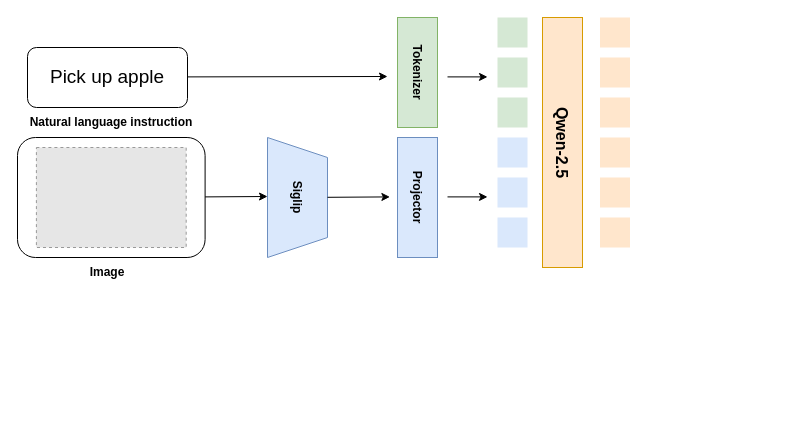
Earlier version of the draw.io diagram 未命名绘图.drawio (davidclose322/davidclose). Source tidied: cells renumbered, new cells numbered last; positions are measured from the earlier drawing's top-left corner, leaving out a move shared by most shapes. Both pictures are drawn from the tidied source at 100%, with x=0, y=0 at pixel (17, 17). Pictures stored in the file or linked from it are replaced by grey dashed boxes.
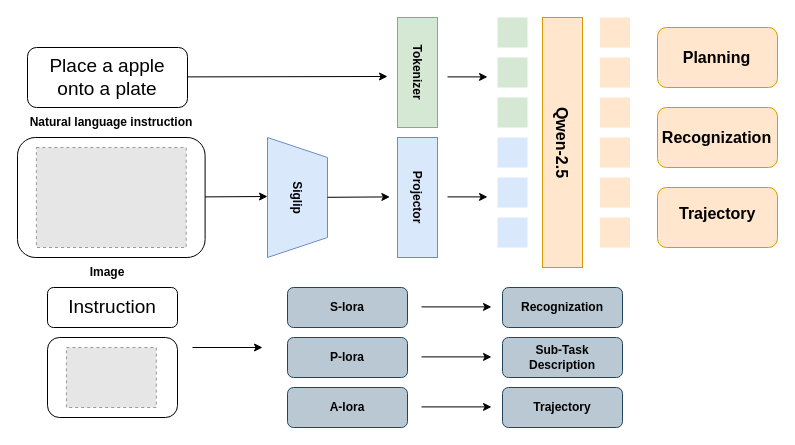
The same diagram, later.

Commit message (it also covers changes not shown here):
更新未命名绘图.drawio

Diff of the diagram source:
```diff
@@
-    <mxCell id="5" value="&lt;font style=&quot;font-size: 19px;&quot;&gt;Pick up apple&lt;/font&gt;" style="text;html=1;whiteSpace=wrap;strokeColor=none;fillColor=none;align=center;verticalAlign=middle;rounded=0;" parent="1" vertex="1">
+    <mxCell id="5" value="&lt;font style=&quot;font-size: 19px;&quot;&gt;Place a apple onto a plate&lt;/font&gt;" style="text;html=1;whiteSpace=wrap;strokeColor=none;fillColor=none;align=center;verticalAlign=middle;rounded=0;" parent="1" vertex="1">
       <mxGeometry x="20" y="40" width="140" height="40" as="geometry" />
     </mxCell>
@@
-    <mxCell id="14" value="&lt;b&gt;Siglip&lt;/b&gt;" style="text;html=1;whiteSpace=wrap;strokeColor=none;fillColor=none;align=center;verticalAlign=middle;rounded=0;rotation=90;" parent="1" vertex="1">
+    <mxCell id="14" value="&lt;b&gt;Siglip&lt;/b&gt;" style="text;html=1;strokeColor=none;fillColor=none;align=center;verticalAlign=middle;rounded=0;rotation=90;" parent="1" vertex="1">
       <mxGeometry x="250" y="165" width="60" height="30" as="geometry" />
     </mxCell>
@@
+    <mxCell id="33" style="rounded=1;whiteSpace=wrap;html=1;fillColor=#ffe6cc;strokeColor=#d79b00;" parent="1" vertex="1">
+      <mxGeometry x="640" y="10" width="120" height="60" as="geometry" />
+    </mxCell>
+    <mxCell id="34" style="rounded=1;whiteSpace=wrap;html=1;fillColor=#ffe6cc;strokeColor=#d79b00;" parent="1" vertex="1">
+      <mxGeometry x="640" y="90" width="120" height="60" as="geometry" />
+    </mxCell>
+    <mxCell id="35" style="rounded=1;whiteSpace=wrap;html=1;fillColor=#ffe6cc;strokeColor=#d79b00;" parent="1" vertex="1">
+      <mxGeometry x="640" y="170" width="120" height="60" as="geometry" />
+    </mxCell>
+    <mxCell id="36" value="&lt;b&gt;&lt;font style=&quot;font-size: 16px;&quot;&gt;Planning&lt;/font&gt;&lt;/b&gt;" style="text;html=1;whiteSpace=wrap;strokeColor=none;fillColor=none;align=center;verticalAlign=middle;rounded=0;rotation=0;" parent="1" vertex="1">
+      <mxGeometry x="654.4" y="20" width="91.2" height="40" as="geometry" />
+    </mxCell>
+    <mxCell id="37" value="&lt;b&gt;&lt;font style=&quot;font-size: 16px;&quot;&gt;Recognization&lt;/font&gt;&lt;/b&gt;" style="text;html=1;whiteSpace=wrap;strokeColor=none;fillColor=none;align=center;verticalAlign=middle;rounded=0;rotation=0;" parent="1" vertex="1">
+      <mxGeometry x="654.4" y="100" width="91.2" height="40" as="geometry" />
+    </mxCell>
+    <mxCell id="38" value="&lt;b style=&quot;forced-color-adjust: none; color: rgb(0, 0, 0); font-family: Helvetica; font-size: 12px; font-style: normal; font-variant-ligatures: normal; font-variant-caps: normal; letter-spacing: normal; orphans: 2; text-align: center; text-indent: 0px; text-transform: none; widows: 2; word-spacing: 0px; -webkit-text-stroke-width: 0px; white-space: normal; text-decoration-thickness: initial; text-decoration-style: initial; text-decoration-color: initial;&quot;&gt;&lt;font style=&quot;forced-color-adjust: none; font-size: 16px;&quot;&gt;Trajectory&lt;/font&gt;&lt;/b&gt;" style="text;whiteSpace=wrap;html=1;" parent="1" vertex="1">
+      <mxGeometry x="660" y="180" width="80" height="40" as="geometry" />
+    </mxCell>
+    <mxCell id="39" style="rounded=1;whiteSpace=wrap;html=1;" parent="1" vertex="1">
+      <mxGeometry x="30" y="320" width="130" height="80" as="geometry" />
+    </mxCell>
+    <mxCell id="40" style="fillColor=#E6E6E6;strokeColor=#999999;dashed=1;verticalLabelPosition=bottom;verticalAlign=top;" parent="1" vertex="1">
+      <mxGeometry x="48.9" y="330" width="89.9" height="60" as="geometry" />
+    </mxCell>
+    <mxCell id="41" style="rounded=1;whiteSpace=wrap;html=1;" parent="1" vertex="1">
+      <mxGeometry x="30" y="270" width="130" height="40" as="geometry" />
+    </mxCell>
+    <mxCell id="42" value="&lt;font style=&quot;font-size: 19px;&quot;&gt;Instruction&lt;/font&gt;" style="text;html=1;whiteSpace=wrap;strokeColor=none;fillColor=none;align=center;verticalAlign=middle;rounded=0;" parent="1" vertex="1">
+      <mxGeometry x="40" y="280" width="110" height="20" as="geometry" />
+    </mxCell>
+    <mxCell id="43" style="endArrow=classic;html=1;rounded=0;" parent="1" edge="1">
+      <mxGeometry relative="1" as="geometry">
+        <mxPoint x="175" y="330" as="sourcePoint" />
+        <mxPoint x="245" y="330" as="targetPoint" />
+      </mxGeometry>
+    </mxCell>
+    <mxCell id="44" style="rounded=1;whiteSpace=wrap;html=1;fillColor=#bac8d3;strokeColor=#23445d;" parent="1" vertex="1">
+      <mxGeometry x="270" y="270" width="120" height="40" as="geometry" />
+    </mxCell>
+    <mxCell id="45" style="rounded=1;whiteSpace=wrap;html=1;fillColor=#bac8d3;strokeColor=#23445d;" parent="1" vertex="1">
+      <mxGeometry x="270" y="320" width="120" height="40" as="geometry" />
+    </mxCell>
+    <mxCell id="46" style="rounded=1;whiteSpace=wrap;html=1;fillColor=#bac8d3;strokeColor=#23445d;" parent="1" vertex="1">
+      <mxGeometry x="270" y="370" width="120" height="40" as="geometry" />
+    </mxCell>
+    <mxCell id="47" value="&lt;b&gt;S-lora&lt;/b&gt;" style="text;html=1;whiteSpace=wrap;strokeColor=none;fillColor=none;align=center;verticalAlign=middle;rounded=0;rotation=0;" parent="1" vertex="1">
+      <mxGeometry x="300" y="275" width="60" height="30" as="geometry" />
+    </mxCell>
+    <mxCell id="48" value="&lt;b&gt;P-lora&lt;/b&gt;" style="text;html=1;whiteSpace=wrap;strokeColor=none;fillColor=none;align=center;verticalAlign=middle;rounded=0;rotation=0;" parent="1" vertex="1">
+      <mxGeometry x="300" y="325" width="60" height="30" as="geometry" />
+    </mxCell>
+    <mxCell id="49" value="&lt;b&gt;A-lora&lt;/b&gt;" style="text;html=1;whiteSpace=wrap;strokeColor=none;fillColor=none;align=center;verticalAlign=middle;rounded=0;rotation=0;" parent="1" vertex="1">
+      <mxGeometry x="300" y="375" width="60" height="30" as="geometry" />
+    </mxCell>
+    <mxCell id="50" style="endArrow=classic;html=1;rounded=0;" parent="1" edge="1">
+      <mxGeometry relative="1" as="geometry">
+        <mxPoint x="404" y="289.4" as="sourcePoint" />
+        <mxPoint x="474" y="289.4" as="targetPoint" />
+      </mxGeometry>
+    </mxCell>
+    <mxCell id="51" style="endArrow=classic;html=1;rounded=0;" parent="1" edge="1">
+      <mxGeometry relative="1" as="geometry">
+        <mxPoint x="404" y="339.4" as="sourcePoint" />
+        <mxPoint x="474" y="339.4" as="targetPoint" />
+      </mxGeometry>
+    </mxCell>
+    <mxCell id="52" style="endArrow=classic;html=1;rounded=0;" parent="1" edge="1">
+      <mxGeometry relative="1" as="geometry">
+        <mxPoint x="404" y="389.4" as="sourcePoint" />
+        <mxPoint x="474" y="389.4" as="targetPoint" />
+      </mxGeometry>
+    </mxCell>
+    <mxCell id="53" style="rounded=1;whiteSpace=wrap;html=1;fillColor=#bac8d3;strokeColor=#23445d;" parent="1" vertex="1">
+      <mxGeometry x="485" y="270" width="120" height="40" as="geometry" />
+    </mxCell>
+    <mxCell id="54" style="rounded=1;whiteSpace=wrap;html=1;fillColor=#bac8d3;strokeColor=#23445d;" parent="1" vertex="1">
+      <mxGeometry x="485" y="320" width="120" height="40" as="geometry" />
+    </mxCell>
+    <mxCell id="55" style="rounded=1;whiteSpace=wrap;html=1;fillColor=#bac8d3;strokeColor=#23445d;" parent="1" vertex="1">
+      <mxGeometry x="485" y="370" width="120" height="40" as="geometry" />
+    </mxCell>
+    <mxCell id="56" value="&lt;b&gt;Recognization&lt;/b&gt;" style="text;html=1;whiteSpace=wrap;strokeColor=none;fillColor=none;align=center;verticalAlign=middle;rounded=0;rotation=0;" parent="1" vertex="1">
+      <mxGeometry x="515" y="275" width="60" height="30" as="geometry" />
+    </mxCell>
+    <mxCell id="57" value="&lt;b&gt;Sub-Task&lt;br&gt;Description&lt;/b&gt;" style="text;html=1;whiteSpace=wrap;strokeColor=none;fillColor=none;align=center;verticalAlign=middle;rounded=0;rotation=0;" parent="1" vertex="1">
+      <mxGeometry x="515" y="325" width="60" height="30" as="geometry" />
+    </mxCell>
+    <mxCell id="58" value="&lt;b&gt;Trajectory&lt;/b&gt;" style="text;html=1;whiteSpace=wrap;strokeColor=none;fillColor=none;align=center;verticalAlign=middle;rounded=0;rotation=0;" parent="1" vertex="1">
+      <mxGeometry x="515" y="375" width="60" height="30" as="geometry" />
+    </mxCell>
```
